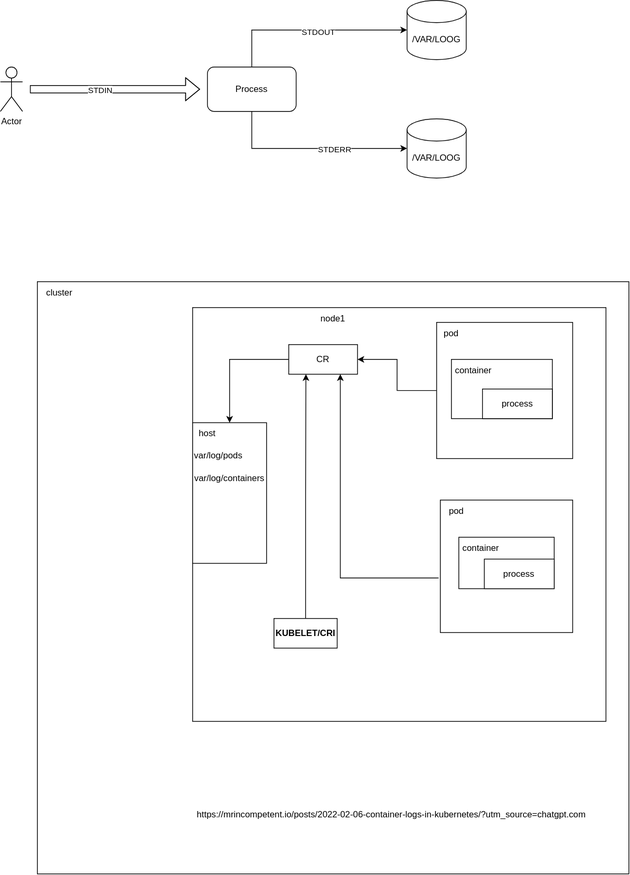
Earlier version of the draw.io export infrastructure/log-storage-node.drawio.svg (jottakayo/topology-diagrams). Source tidied: cells renumbered, new cells last; positions are measured from the earlier drawing's top-left corner, leaving out a move shared by most shapes.
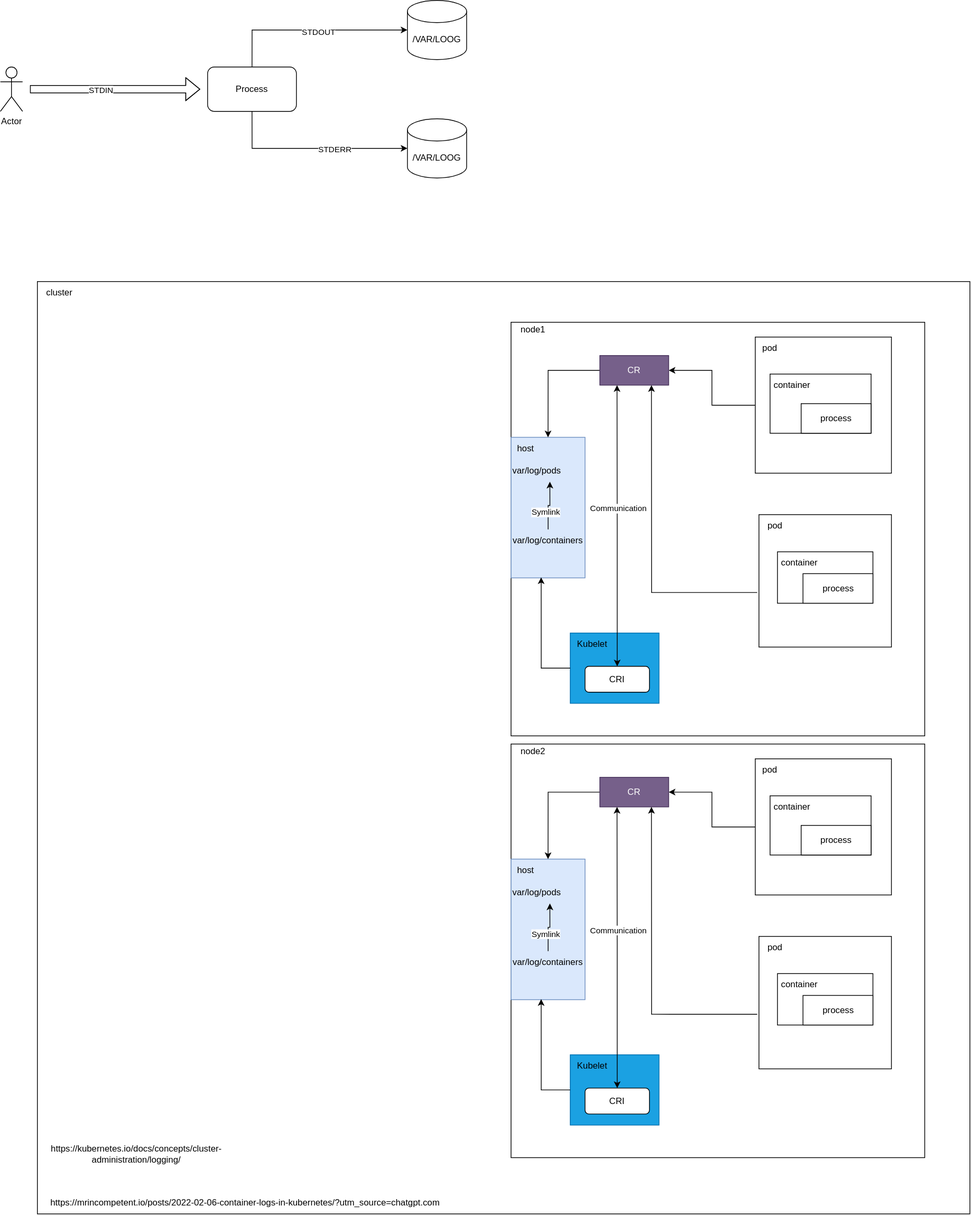
After the change.

What changed in the source:
```diff
@@ -3,37 +3,40 @@
     <mxCell id="0" />
     <mxCell id="1" parent="0" />
     <mxCell id="2" style="whiteSpace=wrap;html=1;align=center;" parent="1" vertex="1">
-      <mxGeometry x="50" y="380" width="800" height="800" as="geometry" />
+      <mxGeometry x="-380" y="360" width="1260" height="1260" as="geometry" />
     </mxCell>
     <mxCell id="3" value="cluster" style="text;html=1;align=center;verticalAlign=middle;whiteSpace=wrap;rounded=0;" parent="1" vertex="1">
-      <mxGeometry x="50" y="380" width="60" height="30" as="geometry" />
+      <mxGeometry x="-380" y="360" width="60" height="30" as="geometry" />
     </mxCell>
     <mxCell id="4" value="&lt;br&gt;&lt;div&gt;&lt;/div&gt;" style="whiteSpace=wrap;html=1;align=left;" parent="1" vertex="1">
       <mxGeometry x="260" y="415" width="559" height="559" as="geometry" />
     </mxCell>
     <mxCell id="5" value="node1" style="text;html=1;align=center;verticalAlign=middle;whiteSpace=wrap;rounded=0;" parent="1" vertex="1">
-      <mxGeometry x="420" y="415" width="60" height="30" as="geometry" />
+      <mxGeometry x="260" y="410" width="60" height="30" as="geometry" />
     </mxCell>
-    <mxCell id="6" style="rounded=0;whiteSpace=wrap;html=1;" parent="1" vertex="1">
+    <mxCell id="6" style="rounded=0;whiteSpace=wrap;html=1;fillColor=#dae8fc;strokeColor=#6c8ebf;" parent="1" vertex="1">
       <mxGeometry x="260" y="570.5" width="100" height="190" as="geometry" />
     </mxCell>
     <mxCell id="7" value="host" style="text;html=1;align=center;verticalAlign=middle;whiteSpace=wrap;rounded=0;" parent="1" vertex="1">
       <mxGeometry x="250" y="570.5" width="60" height="30" as="geometry" />
     </mxCell>
-    <mxCell id="8" style="edgeStyle=orthogonalEdgeStyle;rounded=0;jettySize=auto;html=1;exitX=0.5;exitY=0;exitDx=0;exitDy=0;entryX=0.25;entryY=1;entryDx=0;entryDy=0;" parent="1" edge="1" source="9" target="16">
-      <mxGeometry relative="1" as="geometry" />
-    </mxCell>
-    <mxCell id="9" value="&lt;b&gt;KUBELET/CRI&lt;/b&gt;" style="rounded=0;whiteSpace=wrap;html=1;" parent="1" vertex="1">
-      <mxGeometry x="370" y="835" width="85.5" height="40" as="geometry" />
+    <mxCell id="9" style="rounded=0;whiteSpace=wrap;html=1;fillColor=#1ba1e2;fontColor=#ffffff;strokeColor=#006EAF;" parent="1" vertex="1">
+      <mxGeometry x="340" y="835" width="120" height="95" as="geometry" />
     </mxCell>
     <mxCell id="10" value="var/log/pods" style="text;html=1;align=center;verticalAlign=middle;whiteSpace=wrap;rounded=0;" parent="1" vertex="1">
       <mxGeometry x="260" y="600.5" width="70" height="30" as="geometry" />
     </mxCell>
+    <mxCell id="37" style="edgeStyle=orthogonalEdgeStyle;rounded=0;jettySize=auto;html=1;entryX=0.75;entryY=1;entryDx=0;entryDy=0;" parent="1" edge="1" source="11" target="10">
+      <mxGeometry relative="1" as="geometry" />
+    </mxCell>
+    <mxCell id="38" value="Symlink" style="edgeLabel;html=1;align=center;verticalAlign=middle;" parent="37" vertex="1">
+      <mxGeometry x="-0.25" y="4" relative="1" as="geometry" />
+    </mxCell>
     <mxCell id="11" value="var/log/containers" style="text;html=1;align=center;verticalAlign=middle;whiteSpace=wrap;rounded=0;" parent="1" vertex="1">
-      <mxGeometry x="260" y="631" width="100" height="30" as="geometry" />
+      <mxGeometry x="260" y="695" width="100" height="30" as="geometry" />
     </mxCell>
     <mxCell id="12" value="https://mrincompetent.io/posts/2022-02-06-container-logs-in-kubernetes/?utm_source=chatgpt.com" style="text;html=1;align=center;verticalAlign=middle;whiteSpace=wrap;rounded=0;" parent="1" vertex="1">
-      <mxGeometry x="230" y="1085" width="598.2" height="30" as="geometry" />
+      <mxGeometry x="-398.2" y="1590" width="598.2" height="30" as="geometry" />
     </mxCell>
     <mxCell id="13" style="edgeStyle=orthogonalEdgeStyle;rounded=0;jettySize=auto;html=1;entryX=1;entryY=0.5;entryDx=0;entryDy=0;" parent="1" edge="1" source="14" target="16">
       <mxGeometry relative="1" as="geometry" />
@@ -44,8 +47,8 @@
     <mxCell id="15" style="edgeStyle=orthogonalEdgeStyle;rounded=0;jettySize=auto;html=1;entryX=1;entryY=0;entryDx=0;entryDy=0;" parent="1" edge="1" source="16" target="7">
       <mxGeometry relative="1" as="geometry" />
     </mxCell>
-    <mxCell id="16" value="CR" style="rounded=0;whiteSpace=wrap;html=1;" parent="1" vertex="1">
-      <mxGeometry x="390" y="465" width="93" height="40" as="geometry" />
+    <mxCell id="16" value="CR" style="rounded=0;whiteSpace=wrap;html=1;fillColor=#76608a;strokeColor=#432D57;fontColor=#ffffff;" parent="1" vertex="1">
+      <mxGeometry x="380" y="460" width="93" height="40" as="geometry" />
     </mxCell>
     <mxCell id="17" style="rounded=0;whiteSpace=wrap;html=1;" parent="1" vertex="1">
       <mxGeometry x="610" y="485" width="136.5" height="80" as="geometry" />
@@ -78,17 +81,17 @@
       <mxGeometry x="587" y="675" width="60" height="30" as="geometry" />
     </mxCell>
     <mxCell id="27" value="Process" style="rounded=1;whiteSpace=wrap;html=1;" parent="1" vertex="1">
-      <mxGeometry x="280" y="90" width="120" height="60" as="geometry" />
+      <mxGeometry x="-150" y="70" width="120" height="60" as="geometry" />
     </mxCell>
     <mxCell id="28" value="Actor" style="shape=umlActor;verticalLabelPosition=bottom;verticalAlign=top;html=1;" parent="1" vertex="1">
-      <mxGeometry y="90" width="30" height="60" as="geometry" />
+      <mxGeometry x="-430" y="70" width="30" height="60" as="geometry" />
     </mxCell>
     <mxCell id="29" style="shape=flexArrow;endArrow=classic;html=1;rounded=0;" parent="1" edge="1">
       <mxGeometry relative="1" as="geometry">
-        <mxPoint x="40" y="120" as="sourcePoint" />
-        <mxPoint x="270" y="120" as="targetPoint" />
+        <mxPoint x="-390" y="100" as="sourcePoint" />
+        <mxPoint x="-160" y="100" as="targetPoint" />
         <Array as="points">
-          <mxPoint x="120" y="120" />
+          <mxPoint x="-310" y="100" />
         </Array>
       </mxGeometry>
     </mxCell>
@@ -98,10 +101,10 @@
       </mxGeometry>
     </mxCell>
     <mxCell id="31" value="/VAR/LOOG" style="shape=cylinder3;whiteSpace=wrap;html=1;boundedLbl=1;backgroundOutline=1;size=15;" parent="1" vertex="1">
-      <mxGeometry x="550" width="80" height="80" as="geometry" />
+      <mxGeometry x="120" y="-20" width="80" height="80" as="geometry" />
     </mxCell>
     <mxCell id="32" value="/VAR/LOOG" style="shape=cylinder3;whiteSpace=wrap;html=1;boundedLbl=1;backgroundOutline=1;size=15;" parent="1" vertex="1">
-      <mxGeometry x="550" y="160" width="80" height="80" as="geometry" />
+      <mxGeometry x="120" y="140" width="80" height="80" as="geometry" />
     </mxCell>
     <mxCell id="33" style="edgeStyle=orthogonalEdgeStyle;rounded=0;jettySize=auto;html=1;exitX=0.5;exitY=0;exitDx=0;exitDy=0;entryX=0;entryY=0.5;entryDx=0;entryDy=0;entryPerimeter=0;" parent="1" edge="1" source="27" target="31">
       <mxGeometry relative="1" as="geometry" />
@@ -119,5 +122,111 @@
         <mxPoint x="-1" as="offset" />
       </mxGeometry>
     </mxCell>
+    <mxCell id="39" value="Kubelet" style="text;html=1;align=center;verticalAlign=middle;whiteSpace=wrap;rounded=0;" parent="1" vertex="1">
+      <mxGeometry x="340" y="835" width="60" height="30" as="geometry" />
+    </mxCell>
+    <mxCell id="40" style="edgeStyle=orthogonalEdgeStyle;rounded=0;jettySize=auto;html=1;entryX=0.25;entryY=1;entryDx=0;entryDy=0;startArrow=classic;startFill=1;" parent="1" edge="1" source="42" target="16">
+      <mxGeometry relative="1" as="geometry" />
+    </mxCell>
+    <mxCell id="41" value="Communication" style="edgeLabel;html=1;align=center;verticalAlign=middle;" parent="40" vertex="1">
+      <mxGeometry x="0.12" y="-1" relative="1" as="geometry">
+        <mxPoint y="-1" as="offset" />
+      </mxGeometry>
+    </mxCell>
+    <mxCell id="42" value="CRI" style="rounded=1;whiteSpace=wrap;html=1;" parent="1" vertex="1">
+      <mxGeometry x="360" y="880" width="87" height="35" as="geometry" />
+    </mxCell>
+    <mxCell id="43" style="edgeStyle=orthogonalEdgeStyle;rounded=0;jettySize=auto;html=1;entryX=0.407;entryY=0.996;entryDx=0;entryDy=0;entryPerimeter=0;exitX=0;exitY=0.5;exitDx=0;exitDy=0;" parent="1" edge="1" source="9" target="6">
+      <mxGeometry relative="1" as="geometry" />
+    </mxCell>
+    <mxCell id="44" value="https://kubernetes.io/docs/concepts/cluster-administration/logging/" style="text;html=1;align=center;verticalAlign=middle;whiteSpace=wrap;rounded=0;" parent="1" vertex="1">
+      <mxGeometry x="-276" y="1524" width="60" height="30" as="geometry" />
+    </mxCell>
+    <mxCell id="45" value="&lt;br&gt;&lt;div&gt;&lt;/div&gt;" style="whiteSpace=wrap;html=1;align=left;" parent="1" vertex="1">
+      <mxGeometry x="260" y="985" width="559" height="559" as="geometry" />
+    </mxCell>
+    <mxCell id="46" value="node2" style="text;html=1;align=center;verticalAlign=middle;whiteSpace=wrap;rounded=0;" parent="1" vertex="1">
+      <mxGeometry x="260" y="980" width="60" height="30" as="geometry" />
+    </mxCell>
+    <mxCell id="47" style="rounded=0;whiteSpace=wrap;html=1;fillColor=#dae8fc;strokeColor=#6c8ebf;" parent="1" vertex="1">
+      <mxGeometry x="260" y="1140.5" width="100" height="190" as="geometry" />
+    </mxCell>
+    <mxCell id="48" value="host" style="text;html=1;align=center;verticalAlign=middle;whiteSpace=wrap;rounded=0;" parent="1" vertex="1">
+      <mxGeometry x="250" y="1140.5" width="60" height="30" as="geometry" />
+    </mxCell>
+    <mxCell id="49" style="rounded=0;whiteSpace=wrap;html=1;fillColor=#1ba1e2;fontColor=#ffffff;strokeColor=#006EAF;" parent="1" vertex="1">
+      <mxGeometry x="340" y="1405" width="120" height="95" as="geometry" />
+    </mxCell>
+    <mxCell id="50" value="var/log/pods" style="text;html=1;align=center;verticalAlign=middle;whiteSpace=wrap;rounded=0;" parent="1" vertex="1">
+      <mxGeometry x="260" y="1170.5" width="70" height="30" as="geometry" />
+    </mxCell>
+    <mxCell id="51" style="edgeStyle=orthogonalEdgeStyle;rounded=0;jettySize=auto;html=1;entryX=0.75;entryY=1;entryDx=0;entryDy=0;" parent="1" edge="1" source="53" target="50">
+      <mxGeometry relative="1" as="geometry" />
+    </mxCell>
+    <mxCell id="52" value="Symlink" style="edgeLabel;html=1;align=center;verticalAlign=middle;" parent="51" vertex="1">
+      <mxGeometry x="-0.25" y="4" relative="1" as="geometry" />
+    </mxCell>
+    <mxCell id="53" value="var/log/containers" style="text;html=1;align=center;verticalAlign=middle;whiteSpace=wrap;rounded=0;" parent="1" vertex="1">
+      <mxGeometry x="260" y="1265" width="100" height="30" as="geometry" />
+    </mxCell>
+    <mxCell id="54" style="edgeStyle=orthogonalEdgeStyle;rounded=0;jettySize=auto;html=1;entryX=1;entryY=0.5;entryDx=0;entryDy=0;" parent="1" edge="1" source="55" target="57">
+      <mxGeometry relative="1" as="geometry" />
+    </mxCell>
+    <mxCell id="55" style="whiteSpace=wrap;html=1;" parent="1" vertex="1">
+      <mxGeometry x="590" y="1005" width="184" height="184" as="geometry" />
+    </mxCell>
+    <mxCell id="56" style="edgeStyle=orthogonalEdgeStyle;rounded=0;jettySize=auto;html=1;entryX=1;entryY=0;entryDx=0;entryDy=0;" parent="1" edge="1" source="57" target="48">
+      <mxGeometry relative="1" as="geometry" />
+    </mxCell>
+    <mxCell id="57" value="CR" style="rounded=0;whiteSpace=wrap;html=1;fillColor=#76608a;strokeColor=#432D57;fontColor=#ffffff;" parent="1" vertex="1">
+      <mxGeometry x="380" y="1030" width="93" height="40" as="geometry" />
+    </mxCell>
+    <mxCell id="58" style="rounded=0;whiteSpace=wrap;html=1;" parent="1" vertex="1">
+      <mxGeometry x="610" y="1055" width="136.5" height="80" as="geometry" />
+    </mxCell>
+    <mxCell id="59" value="process" style="rounded=0;whiteSpace=wrap;html=1;" parent="1" vertex="1">
+      <mxGeometry x="652" y="1095" width="94.5" height="40" as="geometry" />
+    </mxCell>
+    <mxCell id="60" value="container" style="text;html=1;align=center;verticalAlign=middle;whiteSpace=wrap;rounded=0;" parent="1" vertex="1">
+      <mxGeometry x="610" y="1055" width="60" height="30" as="geometry" />
+    </mxCell>
+    <mxCell id="61" value="pod" style="text;html=1;align=center;verticalAlign=middle;whiteSpace=wrap;rounded=0;" parent="1" vertex="1">
+      <mxGeometry x="580" y="1005" width="60" height="30" as="geometry" />
+    </mxCell>
+    <mxCell id="62" style="whiteSpace=wrap;html=1;" parent="1" vertex="1">
+      <mxGeometry x="595" y="1245" width="179" height="179" as="geometry" />
+    </mxCell>
+    <mxCell id="63" style="rounded=0;whiteSpace=wrap;html=1;" parent="1" vertex="1">
+      <mxGeometry x="620" y="1295.2" width="129" height="69.5" as="geometry" />
+    </mxCell>
+    <mxCell id="64" style="edgeStyle=orthogonalEdgeStyle;rounded=0;jettySize=auto;html=1;entryX=0.75;entryY=1;entryDx=0;entryDy=0;exitX=-0.013;exitY=0.588;exitDx=0;exitDy=0;exitPerimeter=0;" parent="1" edge="1" source="62" target="57">
+      <mxGeometry relative="1" as="geometry" />
+    </mxCell>
+    <mxCell id="65" value="process" style="rounded=0;whiteSpace=wrap;html=1;" parent="1" vertex="1">
+      <mxGeometry x="654.5" y="1324.8" width="94.5" height="40" as="geometry" />
+    </mxCell>
+    <mxCell id="66" value="container" style="text;html=1;align=center;verticalAlign=middle;whiteSpace=wrap;rounded=0;" parent="1" vertex="1">
+      <mxGeometry x="619.5" y="1295" width="60" height="30" as="geometry" />
+    </mxCell>
+    <mxCell id="67" value="pod" style="text;html=1;align=center;verticalAlign=middle;whiteSpace=wrap;rounded=0;" parent="1" vertex="1">
+      <mxGeometry x="587" y="1245" width="60" height="30" as="geometry" />
+    </mxCell>
+    <mxCell id="68" value="Kubelet" style="text;html=1;align=center;verticalAlign=middle;whiteSpace=wrap;rounded=0;" parent="1" vertex="1">
+      <mxGeometry x="340" y="1405" width="60" height="30" as="geometry" />
+    </mxCell>
+    <mxCell id="69" style="edgeStyle=orthogonalEdgeStyle;rounded=0;jettySize=auto;html=1;entryX=0.25;entryY=1;entryDx=0;entryDy=0;startArrow=classic;startFill=1;" parent="1" edge="1" source="71" target="57">
+      <mxGeometry relative="1" as="geometry" />
+    </mxCell>
+    <mxCell id="70" value="Communication" style="edgeLabel;html=1;align=center;verticalAlign=middle;" parent="69" vertex="1">
+      <mxGeometry x="0.12" y="-1" relative="1" as="geometry">
+        <mxPoint y="-1" as="offset" />
+      </mxGeometry>
+    </mxCell>
+    <mxCell id="71" value="CRI" style="rounded=1;whiteSpace=wrap;html=1;" parent="1" vertex="1">
+      <mxGeometry x="360" y="1450" width="87" height="35" as="geometry" />
+    </mxCell>
+    <mxCell id="72" style="edgeStyle=orthogonalEdgeStyle;rounded=0;jettySize=auto;html=1;entryX=0.407;entryY=0.996;entryDx=0;entryDy=0;entryPerimeter=0;exitX=0;exitY=0.5;exitDx=0;exitDy=0;" parent="1" edge="1" source="49" target="47">
+      <mxGeometry relative="1" as="geometry" />
+    </mxCell>
   </root>
 </mxGraphModel>
```
